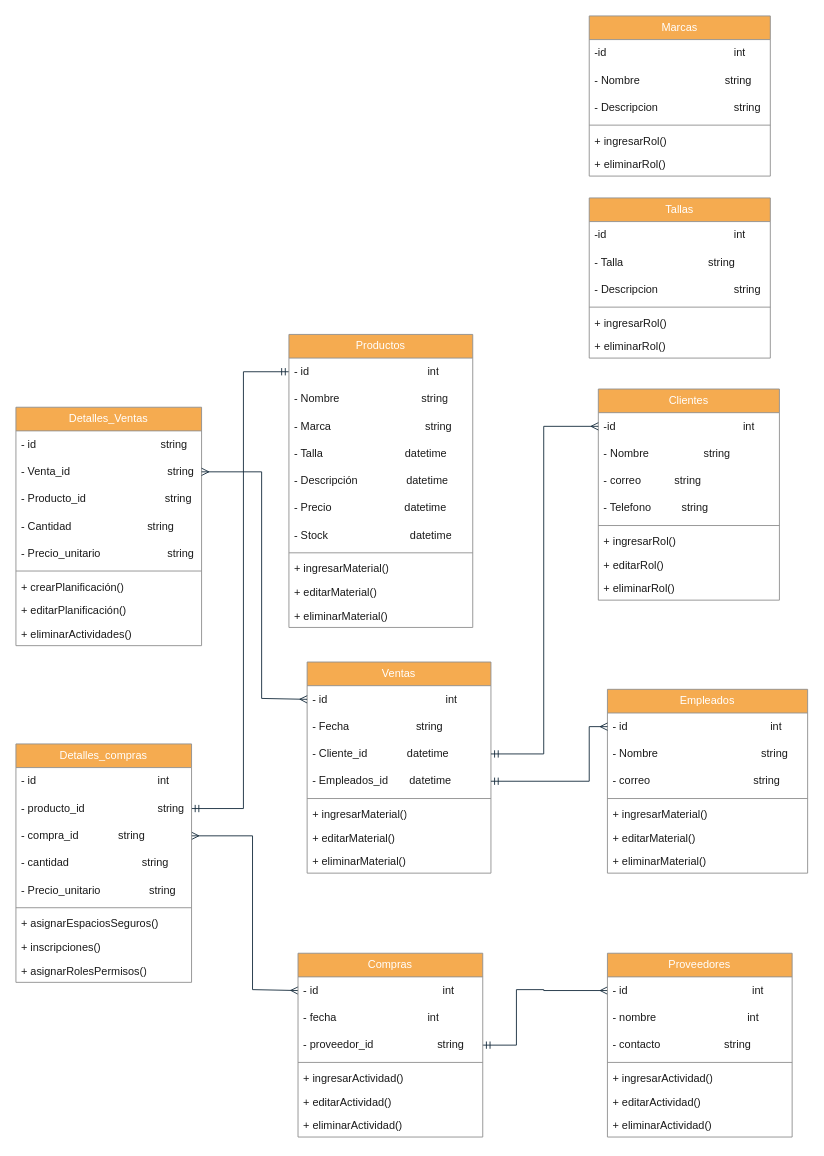
Before: Sombreros.drawio in NealD00/Diagramin, a draw.io diagram. Source tidied: cells renumbered, new cells numbered last; positions are measured from the earlier drawing's top-left corner, leaving out a move shared by most shapes. Both pictures are drawn from the tidied source at 91%, with x=0, y=0 at pixel (15, 15).
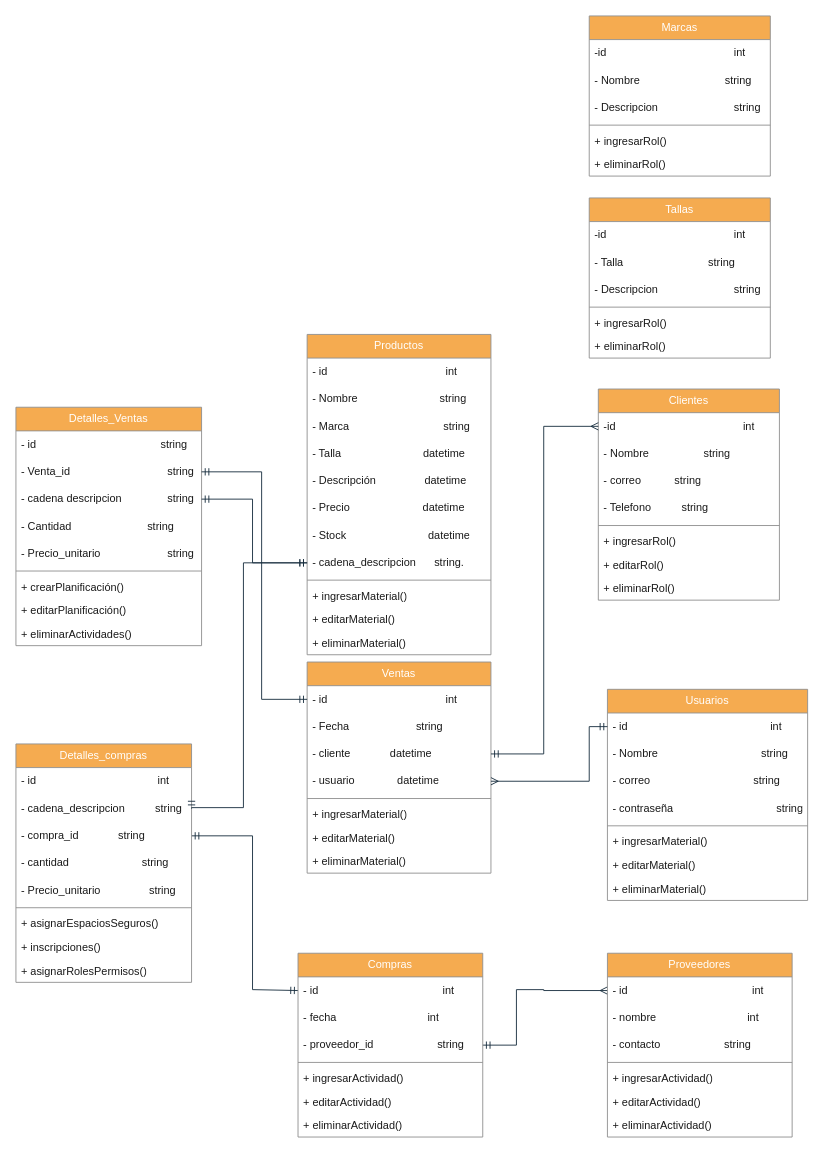
The same diagram, later.

The change refers to these unchanged cells:
```xml
<mxCell id="5" value="&lt;font color=&quot;#ffffff&quot;&gt;Detalles_compras&lt;/font&gt;" style="swimlane;fontStyle=0;align=center;verticalAlign=middle;horizontal=1;startSize=26;whiteSpace=wrap;html=1;strokeColor=#909090;fontFamily=Helvetica;fontSize=12;fontColor=#1A1A1A;labelBackgroundColor=none;fillColor=#F5AB50;" parent="1" vertex="1">
  <mxGeometry y="800" width="193" height="262" as="geometry" />
</mxCell>
<mxCell id="8" value="- compra_id&amp;nbsp; &amp;nbsp; &amp;nbsp; &amp;nbsp; &amp;nbsp; &amp;nbsp; &amp;nbsp;string" style="text;strokeColor=none;fillColor=none;align=left;verticalAlign=middle;spacingLeft=4;spacingRight=4;overflow=hidden;points=[[0,0.5],[1,0.5]];portConstraint=eastwest;whiteSpace=wrap;html=1;labelBackgroundColor=none;fontColor=#1A1A1A;swimlaneLine=0;" parent="5" vertex="1">
  <mxGeometry y="86" width="193" height="30" as="geometry" />
</mxCell>
<mxCell id="15" value="&lt;font color=&quot;#ffffff&quot;&gt;Detalles_Ventas&lt;/font&gt;" style="swimlane;fontStyle=0;align=center;verticalAlign=middle;horizontal=1;startSize=26;whiteSpace=wrap;html=1;strokeColor=#909090;fontFamily=Helvetica;fontSize=12;fontColor=#1A1A1A;labelBackgroundColor=none;fillColor=#F5AB50;" parent="1" vertex="1">
  <mxGeometry y="430" width="204" height="262" as="geometry" />
</mxCell>
<mxCell id="17" value="- Venta_id&amp;nbsp; &amp;nbsp; &amp;nbsp; &amp;nbsp; &amp;nbsp; &amp;nbsp; &amp;nbsp; &amp;nbsp; &amp;nbsp; &amp;nbsp; &amp;nbsp; &amp;nbsp; &amp;nbsp; &amp;nbsp; &amp;nbsp; &amp;nbsp; string" style="text;strokeColor=none;fillColor=none;align=left;verticalAlign=middle;spacingLeft=4;spacingRight=4;overflow=hidden;points=[[0,0.5],[1,0.5]];portConstraint=eastwest;whiteSpace=wrap;html=1;labelBackgroundColor=none;fontColor=#1A1A1A;swimlaneLine=0;" parent="15" vertex="1">
  <mxGeometry y="56" width="204" height="30" as="geometry" />
</mxCell>
<mxCell id="26" value="- id&amp;nbsp; &amp;nbsp; &amp;nbsp; &amp;nbsp; &amp;nbsp; &amp;nbsp; &amp;nbsp; &amp;nbsp; &amp;nbsp; &amp;nbsp; &amp;nbsp; &amp;nbsp; &amp;nbsp; &amp;nbsp; &amp;nbsp; &amp;nbsp; &amp;nbsp; &amp;nbsp; &amp;nbsp; &amp;nbsp; &amp;nbsp; &amp;nbsp; &amp;nbsp; &amp;nbsp;int" style="text;strokeColor=none;fillColor=none;align=left;verticalAlign=middle;spacingLeft=4;spacingRight=4;overflow=hidden;points=[[0,0.5],[1,0.5]];portConstraint=eastwest;whiteSpace=wrap;html=1;labelBackgroundColor=none;fontColor=#1A1A1A;swimlaneLine=0;" parent="25" vertex="1">
  <mxGeometry y="26" width="220" height="30" as="geometry" />
</mxCell>
<mxCell id="34" value="- id&amp;nbsp; &amp;nbsp; &amp;nbsp; &amp;nbsp; &amp;nbsp; &amp;nbsp; &amp;nbsp; &amp;nbsp; &amp;nbsp; &amp;nbsp; &amp;nbsp; &amp;nbsp; &amp;nbsp; &amp;nbsp; &amp;nbsp; &amp;nbsp; &amp;nbsp; &amp;nbsp; &amp;nbsp; &amp;nbsp; &amp;nbsp;int" style="text;strokeColor=none;fillColor=none;align=left;verticalAlign=middle;spacingLeft=4;spacingRight=4;overflow=hidden;points=[[0,0.5],[1,0.5]];portConstraint=eastwest;whiteSpace=wrap;html=1;labelBackgroundColor=none;fontColor=#1A1A1A;swimlaneLine=0;" parent="33" vertex="1">
  <mxGeometry y="26" width="203" height="30" as="geometry" />
</mxCell>
<mxCell id="41" value="&lt;font color=&quot;#ffffff&quot;&gt;Ventas&lt;/font&gt;" style="swimlane;fontStyle=0;align=center;verticalAlign=middle;horizontal=1;startSize=26;whiteSpace=wrap;html=1;strokeColor=#909090;fontFamily=Helvetica;fontSize=12;fontColor=#1A1A1A;labelBackgroundColor=none;fillColor=#F5AB50;" parent="1" vertex="1">
  <mxGeometry x="320" y="710" width="202" height="232" as="geometry" />
</mxCell>
<mxCell id="42" value="- id&amp;nbsp; &amp;nbsp; &amp;nbsp; &amp;nbsp; &amp;nbsp; &amp;nbsp; &amp;nbsp; &amp;nbsp; &amp;nbsp; &amp;nbsp; &amp;nbsp; &amp;nbsp; &amp;nbsp; &amp;nbsp; &amp;nbsp; &amp;nbsp; &amp;nbsp; &amp;nbsp; &amp;nbsp; &amp;nbsp;int" style="text;strokeColor=none;fillColor=none;align=left;verticalAlign=middle;spacingLeft=4;spacingRight=4;overflow=hidden;points=[[0,0.5],[1,0.5]];portConstraint=eastwest;whiteSpace=wrap;html=1;labelBackgroundColor=none;fontColor=#1A1A1A;swimlaneLine=0;" parent="41" vertex="1">
  <mxGeometry y="26" width="202" height="30" as="geometry" />
</mxCell>
<mxCell id="61" value="- id&amp;nbsp; &amp;nbsp; &amp;nbsp; &amp;nbsp; &amp;nbsp; &amp;nbsp; &amp;nbsp; &amp;nbsp; &amp;nbsp; &amp;nbsp; &amp;nbsp; &amp;nbsp; &amp;nbsp; &amp;nbsp; &amp;nbsp; &amp;nbsp; &amp;nbsp; &amp;nbsp; &amp;nbsp; &amp;nbsp;int" style="text;strokeColor=none;fillColor=none;align=left;verticalAlign=middle;spacingLeft=4;spacingRight=4;overflow=hidden;points=[[0,0.5],[1,0.5]];portConstraint=eastwest;whiteSpace=wrap;html=1;labelBackgroundColor=none;fontColor=#1A1A1A;swimlaneLine=0;" parent="60" vertex="1">
  <mxGeometry y="26" width="202" height="30" as="geometry" />
</mxCell>
```

What changed in the source:
```diff
@@
-    <mxCell id="2" style="rounded=0;jettySize=auto;elbow=vertical;html=1;fontFamily=Helvetica;fontSize=12;fontColor=default;fontStyle=0;edgeStyle=orthogonalEdgeStyle;startArrow=ERmandOne;startFill=0;endArrow=ERmandOne;endFill=0;labelBackgroundColor=none;strokeColor=#182E3E;swimlaneLine=0;exitX=0;exitY=0.5;exitDx=0;exitDy=0;entryX=1;entryY=0.5;entryDx=0;entryDy=0;" parent="1" edge="1" source="61" target="7">
-      <mxGeometry relative="1" as="geometry">
-        <Array as="points">
-          <mxPoint x="250" y="391" />
-          <mxPoint x="250" y="871" />
-        </Array>
-      </mxGeometry>
-    </mxCell>
-    <mxCell id="3" style="edgeStyle=orthogonalEdgeStyle;rounded=0;jettySize=auto;html=1;labelBackgroundColor=none;strokeColor=#182E3E;fontColor=default;startArrow=ERmany;startFill=0;endArrow=ERmany;endFill=0;swimlaneLine=0;exitX=1;exitY=0.5;exitDx=0;exitDy=0;entryX=0;entryY=0.5;entryDx=0;entryDy=0;" parent="1" edge="1" source="8" target="34">
+    <mxCell id="3" style="edgeStyle=orthogonalEdgeStyle;rounded=0;jettySize=auto;html=1;labelBackgroundColor=none;strokeColor=#182E3E;fontColor=default;startArrow=ERmandOne;startFill=0;endArrow=ERmandOne;endFill=0;swimlaneLine=0;exitX=1;exitY=0.5;exitDx=0;exitDy=0;entryX=0;entryY=0.5;entryDx=0;entryDy=0;" parent="1" edge="1" source="8" target="34">
       <mxGeometry relative="1" as="geometry">
         <Array as="points">
           <mxPoint x="260" y="901" />
           <mxPoint x="260" y="1070" />
           <mxPoint x="310" y="1070" />
         </Array>
       </mxGeometry>
     </mxCell>
@@
-    <mxCell id="7" value="- producto_id&amp;nbsp; &amp;nbsp; &amp;nbsp; &amp;nbsp; &amp;nbsp; &amp;nbsp; &amp;nbsp; &amp;nbsp; &amp;nbsp; &amp;nbsp; &amp;nbsp; &amp;nbsp; string" style="text;strokeColor=none;fillColor=none;align=left;verticalAlign=middle;spacingLeft=4;spacingRight=4;overflow=hidden;points=[[0,0.5],[1,0.5]];portConstraint=eastwest;whiteSpace=wrap;html=1;labelBackgroundColor=none;fontColor=#1A1A1A;swimlaneLine=0;" parent="5" vertex="1">
+    <mxCell id="7" value="- cadena_descripcion&amp;nbsp; &amp;nbsp; &amp;nbsp; &amp;nbsp; &amp;nbsp; string" style="text;strokeColor=none;fillColor=none;align=left;verticalAlign=middle;spacingLeft=4;spacingRight=4;overflow=hidden;points=[[0,0.5],[1,0.5]];portConstraint=eastwest;whiteSpace=wrap;html=1;labelBackgroundColor=none;fontColor=#1A1A1A;swimlaneLine=0;" parent="5" vertex="1">
       <mxGeometry y="56" width="193" height="30" as="geometry" />
     </mxCell>
@@
-    <mxCell id="18" value="- Producto_id&amp;nbsp; &amp;nbsp; &amp;nbsp; &amp;nbsp; &amp;nbsp; &amp;nbsp; &amp;nbsp; &amp;nbsp; &amp;nbsp; &amp;nbsp; &amp;nbsp; &amp;nbsp; &amp;nbsp; string" style="text;strokeColor=none;fillColor=none;align=left;verticalAlign=middle;spacingLeft=4;spacingRight=4;overflow=hidden;points=[[0,0.5],[1,0.5]];portConstraint=eastwest;whiteSpace=wrap;html=1;labelBackgroundColor=none;fontColor=#1A1A1A;swimlaneLine=0;" parent="15" vertex="1">
+    <mxCell id="18" value="- cadena descripcion&amp;nbsp; &amp;nbsp; &amp;nbsp; &amp;nbsp; &amp;nbsp; &amp;nbsp; &amp;nbsp; &amp;nbsp;string" style="text;strokeColor=none;fillColor=none;align=left;verticalAlign=middle;spacingLeft=4;spacingRight=4;overflow=hidden;points=[[0,0.5],[1,0.5]];portConstraint=eastwest;whiteSpace=wrap;html=1;labelBackgroundColor=none;fontColor=#1A1A1A;swimlaneLine=0;" parent="15" vertex="1">
       <mxGeometry y="86" width="204" height="30" as="geometry" />
     </mxCell>
@@
-    <mxCell id="25" value="&lt;font color=&quot;#ffffff&quot;&gt;Empleados&lt;/font&gt;" style="swimlane;fontStyle=0;align=center;verticalAlign=middle;horizontal=1;startSize=26;whiteSpace=wrap;html=1;strokeColor=#909090;fontFamily=Helvetica;fontSize=12;fontColor=#1A1A1A;labelBackgroundColor=none;fillColor=#F5AB50;" parent="1" vertex="1">
-      <mxGeometry x="650" y="740" width="220" height="202" as="geometry" />
+    <mxCell id="25" value="&lt;font color=&quot;#ffffff&quot;&gt;Usuarios&lt;/font&gt;" style="swimlane;fontStyle=0;align=center;verticalAlign=middle;horizontal=1;startSize=26;whiteSpace=wrap;html=1;strokeColor=#909090;fontFamily=Helvetica;fontSize=12;fontColor=#1A1A1A;labelBackgroundColor=none;fillColor=#F5AB50;" parent="1" vertex="1">
+      <mxGeometry x="650" y="740" width="220" height="232" as="geometry" />
     </mxCell>
@@
+    <mxCell id="97" value="- contraseña&amp;nbsp; &amp;nbsp; &amp;nbsp; &amp;nbsp; &amp;nbsp; &amp;nbsp; &amp;nbsp; &amp;nbsp; &amp;nbsp; &amp;nbsp; &amp;nbsp; &amp;nbsp; &amp;nbsp; &amp;nbsp; &amp;nbsp; &amp;nbsp; &amp;nbsp; string" style="text;strokeColor=none;fillColor=none;align=left;verticalAlign=middle;spacingLeft=4;spacingRight=4;overflow=hidden;whiteSpace=wrap;html=1;labelBackgroundColor=none;fontColor=#1A1A1A;swimlaneLine=0;" parent="25" vertex="1">
+      <mxGeometry y="116" width="220" height="30" as="geometry" />
+    </mxCell>
     <mxCell id="29" style="line;strokeWidth=1;fillColor=#F5AB50;align=center;verticalAlign=middle;spacingTop=-1;spacingLeft=3;spacingRight=3;labelPosition=right;strokeColor=#909090;fontFamily=Helvetica;fontSize=12;fontColor=#1A1A1A;fontStyle=0;labelBackgroundColor=none;" parent="25" vertex="1">
-      <mxGeometry y="116" width="220" height="8" as="geometry" />
+      <mxGeometry y="146" width="220" height="8" as="geometry" />
     </mxCell>
     <mxCell id="30" value="+ ingresarMaterial()" style="text;strokeColor=none;fillColor=none;align=left;verticalAlign=top;spacingLeft=4;spacingRight=4;overflow=hidden;whiteSpace=wrap;html=1;fontFamily=Helvetica;fontSize=12;fontColor=#1A1A1A;fontStyle=0;labelBackgroundColor=none;" parent="25" vertex="1">
-      <mxGeometry y="124" width="220" height="26" as="geometry" />
+      <mxGeometry y="154" width="220" height="26" as="geometry" />
     </mxCell>
     <mxCell id="31" value="+ editarMaterial()" style="text;strokeColor=none;fillColor=none;align=left;verticalAlign=top;spacingLeft=4;spacingRight=4;overflow=hidden;whiteSpace=wrap;html=1;fontFamily=Helvetica;fontSize=12;fontColor=#1A1A1A;fontStyle=0;labelBackgroundColor=none;" parent="25" vertex="1">
-      <mxGeometry y="150" width="220" height="26" as="geometry" />
+      <mxGeometry y="180" width="220" height="26" as="geometry" />
     </mxCell>
     <mxCell id="32" value="+ eliminarMaterial()" style="text;strokeColor=none;fillColor=none;align=left;verticalAlign=top;spacingLeft=4;spacingRight=4;overflow=hidden;whiteSpace=wrap;html=1;fontFamily=Helvetica;fontSize=12;fontColor=#1A1A1A;fontStyle=0;labelBackgroundColor=none;" parent="25" vertex="1">
-      <mxGeometry y="176" width="220" height="26" as="geometry" />
+      <mxGeometry y="206" width="220" height="26" as="geometry" />
     </mxCell>
@@
-    <mxCell id="44" value="- Cliente_id&amp;nbsp; &amp;nbsp; &amp;nbsp; &amp;nbsp; &amp;nbsp; &amp;nbsp; &amp;nbsp;datetime" style="text;strokeColor=none;fillColor=none;align=left;verticalAlign=middle;spacingLeft=4;spacingRight=4;overflow=hidden;points=[[0,0.5],[1,0.5]];portConstraint=eastwest;whiteSpace=wrap;html=1;labelBackgroundColor=none;fontColor=#1A1A1A;swimlaneLine=0;" parent="41" vertex="1">
+    <mxCell id="44" value="- cliente&amp;nbsp; &amp;nbsp; &amp;nbsp; &amp;nbsp; &amp;nbsp; &amp;nbsp; &amp;nbsp;datetime" style="text;strokeColor=none;fillColor=none;align=left;verticalAlign=middle;spacingLeft=4;spacingRight=4;overflow=hidden;points=[[0,0.5],[1,0.5]];portConstraint=eastwest;whiteSpace=wrap;html=1;labelBackgroundColor=none;fontColor=#1A1A1A;swimlaneLine=0;" parent="41" vertex="1">
       <mxGeometry y="86" width="202" height="30" as="geometry" />
     </mxCell>
-    <mxCell id="45" value="- Empleados_id&amp;nbsp; &amp;nbsp; &amp;nbsp; &amp;nbsp;datetime" style="text;strokeColor=none;fillColor=none;align=left;verticalAlign=middle;spacingLeft=4;spacingRight=4;overflow=hidden;points=[[0,0.5],[1,0.5]];portConstraint=eastwest;whiteSpace=wrap;html=1;labelBackgroundColor=none;fontColor=#1A1A1A;swimlaneLine=0;" parent="41" vertex="1">
+    <mxCell id="45" value="- usuario&amp;nbsp; &amp;nbsp; &amp;nbsp; &amp;nbsp; &amp;nbsp; &amp;nbsp; &amp;nbsp; datetime" style="text;strokeColor=none;fillColor=none;align=left;verticalAlign=middle;spacingLeft=4;spacingRight=4;overflow=hidden;points=[[0,0.5],[1,0.5]];portConstraint=eastwest;whiteSpace=wrap;html=1;labelBackgroundColor=none;fontColor=#1A1A1A;swimlaneLine=0;" parent="41" vertex="1">
       <mxGeometry y="116" width="202" height="30" as="geometry" />
     </mxCell>
@@
-    <mxCell id="50" style="edgeStyle=orthogonalEdgeStyle;rounded=0;jettySize=auto;html=1;labelBackgroundColor=none;strokeColor=#182E3E;fontColor=default;startArrow=ERmandOne;startFill=0;endArrow=ERmany;endFill=0;swimlaneLine=0;exitX=1;exitY=0.5;exitDx=0;exitDy=0;entryX=0;entryY=0.5;entryDx=0;entryDy=0;" parent="1" edge="1" source="45" target="26">
+    <mxCell id="50" style="edgeStyle=orthogonalEdgeStyle;rounded=0;jettySize=auto;html=1;labelBackgroundColor=none;strokeColor=#182E3E;fontColor=default;startArrow=ERmany;startFill=0;endArrow=ERmandOne;endFill=0;swimlaneLine=0;exitX=1;exitY=0.5;exitDx=0;exitDy=0;entryX=0;entryY=0.5;entryDx=0;entryDy=0;" parent="1" edge="1" source="45" target="26">
       <mxGeometry relative="1" as="geometry">
         <Array as="points">
           <mxPoint x="630" y="841" />
           <mxPoint x="630" y="781" />
         </Array>
       </mxGeometry>
     </mxCell>
@@
     <mxCell id="60" value="&lt;span style=&quot;color: rgb(255, 255, 255);&quot;&gt;Productos&lt;/span&gt;" style="swimlane;fontStyle=0;align=center;verticalAlign=middle;horizontal=1;startSize=26;whiteSpace=wrap;html=1;strokeColor=#909090;fontFamily=Helvetica;fontSize=12;fontColor=#1A1A1A;labelBackgroundColor=none;fillColor=#F5AB50;" parent="1" vertex="1">
-      <mxGeometry x="300" y="350" width="202" height="322" as="geometry" />
+      <mxGeometry x="320" y="350" width="202" height="352" as="geometry" />
     </mxCell>
@@
+    <mxCell id="98" value="- cadena_descripcion&amp;nbsp; &amp;nbsp; &amp;nbsp; string." style="text;strokeColor=none;fillColor=none;align=left;verticalAlign=middle;spacingLeft=4;spacingRight=4;overflow=hidden;points=[[0,0.5],[1,0.5]];portConstraint=eastwest;whiteSpace=wrap;html=1;labelBackgroundColor=none;fontColor=#1A1A1A;swimlaneLine=0;" parent="60" vertex="1">
+      <mxGeometry y="236" width="202" height="30" as="geometry" />
+    </mxCell>
     <mxCell id="68" style="line;strokeWidth=1;fillColor=#F5AB50;align=center;verticalAlign=middle;spacingTop=-1;spacingLeft=3;spacingRight=3;labelPosition=right;strokeColor=#909090;fontFamily=Helvetica;fontSize=12;fontColor=#1A1A1A;fontStyle=0;labelBackgroundColor=none;" parent="60" vertex="1">
-      <mxGeometry y="236" width="202" height="8" as="geometry" />
+      <mxGeometry y="266" width="202" height="8" as="geometry" />
     </mxCell>
     <mxCell id="69" value="+ ingresarMaterial()" style="text;strokeColor=none;fillColor=none;align=left;verticalAlign=top;spacingLeft=4;spacingRight=4;overflow=hidden;whiteSpace=wrap;html=1;fontFamily=Helvetica;fontSize=12;fontColor=#1A1A1A;fontStyle=0;labelBackgroundColor=none;" parent="60" vertex="1">
-      <mxGeometry y="244" width="202" height="26" as="geometry" />
+      <mxGeometry y="274" width="202" height="26" as="geometry" />
     </mxCell>
     <mxCell id="70" value="+ editarMaterial()" style="text;strokeColor=none;fillColor=none;align=left;verticalAlign=top;spacingLeft=4;spacingRight=4;overflow=hidden;whiteSpace=wrap;html=1;fontFamily=Helvetica;fontSize=12;fontColor=#1A1A1A;fontStyle=0;labelBackgroundColor=none;" parent="60" vertex="1">
-      <mxGeometry y="270" width="202" height="26" as="geometry" />
+      <mxGeometry y="300" width="202" height="26" as="geometry" />
     </mxCell>
     <mxCell id="71" value="+ eliminarMaterial()" style="text;strokeColor=none;fillColor=none;align=left;verticalAlign=top;spacingLeft=4;spacingRight=4;overflow=hidden;whiteSpace=wrap;html=1;fontFamily=Helvetica;fontSize=12;fontColor=#1A1A1A;fontStyle=0;labelBackgroundColor=none;" parent="60" vertex="1">
-      <mxGeometry y="296" width="202" height="26" as="geometry" />
+      <mxGeometry y="326" width="202" height="26" as="geometry" />
     </mxCell>
@@
-    <mxCell id="81" style="edgeStyle=orthogonalEdgeStyle;rounded=0;jettySize=auto;html=1;labelBackgroundColor=none;strokeColor=#182E3E;fontColor=default;startArrow=ERmany;startFill=0;endArrow=ERmany;endFill=0;swimlaneLine=0;exitX=1;exitY=0.5;exitDx=0;exitDy=0;entryX=0;entryY=0.5;entryDx=0;entryDy=0;" parent="1" edge="1" source="17" target="42">
+    <mxCell id="81" style="edgeStyle=orthogonalEdgeStyle;rounded=0;jettySize=auto;html=1;labelBackgroundColor=none;strokeColor=#182E3E;fontColor=default;startArrow=ERmandOne;startFill=0;endArrow=ERmandOne;endFill=0;swimlaneLine=0;exitX=1;exitY=0.5;exitDx=0;exitDy=0;entryX=0;entryY=0.5;entryDx=0;entryDy=0;" parent="1" edge="1" source="17" target="42">
       <mxGeometry relative="1" as="geometry">
         <Array as="points">
           <mxPoint x="270" y="501" />
-          <mxPoint x="270" y="750" />
-          <mxPoint x="320" y="750" />
+          <mxPoint x="270" y="751" />
         </Array>
       </mxGeometry>
     </mxCell>
@@
+    <mxCell id="99" style="edgeStyle=orthogonalEdgeStyle;rounded=0;jettySize=auto;html=1;labelBackgroundColor=none;strokeColor=#182E3E;fontColor=default;startArrow=ERmandOne;startFill=0;endArrow=ERmandOne;endFill=0;swimlaneLine=0;exitX=1;exitY=0.5;exitDx=0;exitDy=0;entryX=0;entryY=0.5;entryDx=0;entryDy=0;" parent="1" edge="1" source="7" target="98">
+      <mxGeometry relative="1" as="geometry">
+        <Array as="points">
+          <mxPoint x="193" y="870" />
+          <mxPoint x="250" y="870" />
+          <mxPoint x="250" y="601" />
+        </Array>
+      </mxGeometry>
+    </mxCell>
+    <mxCell id="100" style="edgeLabel;html=1;align=center;verticalAlign=middle;strokeColor=#909090;fontColor=#1A1A1A;fillColor=#F5AB50;" parent="99" vertex="1">
+      <mxGeometry x="-0.78" y="1" relative="1" as="geometry" />
+    </mxCell>
+    <mxCell id="101" style="edgeStyle=orthogonalEdgeStyle;rounded=0;jettySize=auto;html=1;labelBackgroundColor=none;strokeColor=#182E3E;fontColor=default;startArrow=ERmandOne;startFill=0;endArrow=ERmandOne;endFill=0;swimlaneLine=0;exitX=1;exitY=0.5;exitDx=0;exitDy=0;entryX=0;entryY=0.5;entryDx=0;entryDy=0;" parent="1" edge="1" source="18" target="98">
+      <mxGeometry relative="1" as="geometry">
+        <Array as="points">
+          <mxPoint x="260" y="531" />
+          <mxPoint x="260" y="601" />
+        </Array>
+      </mxGeometry>
+    </mxCell>
+    <mxCell id="102" style="edgeLabel;html=1;align=center;verticalAlign=middle;strokeColor=#909090;fontColor=#1A1A1A;fillColor=#F5AB50;" parent="101" vertex="1">
+      <mxGeometry x="-0.78" y="1" relative="1" as="geometry" />
+    </mxCell>
```
